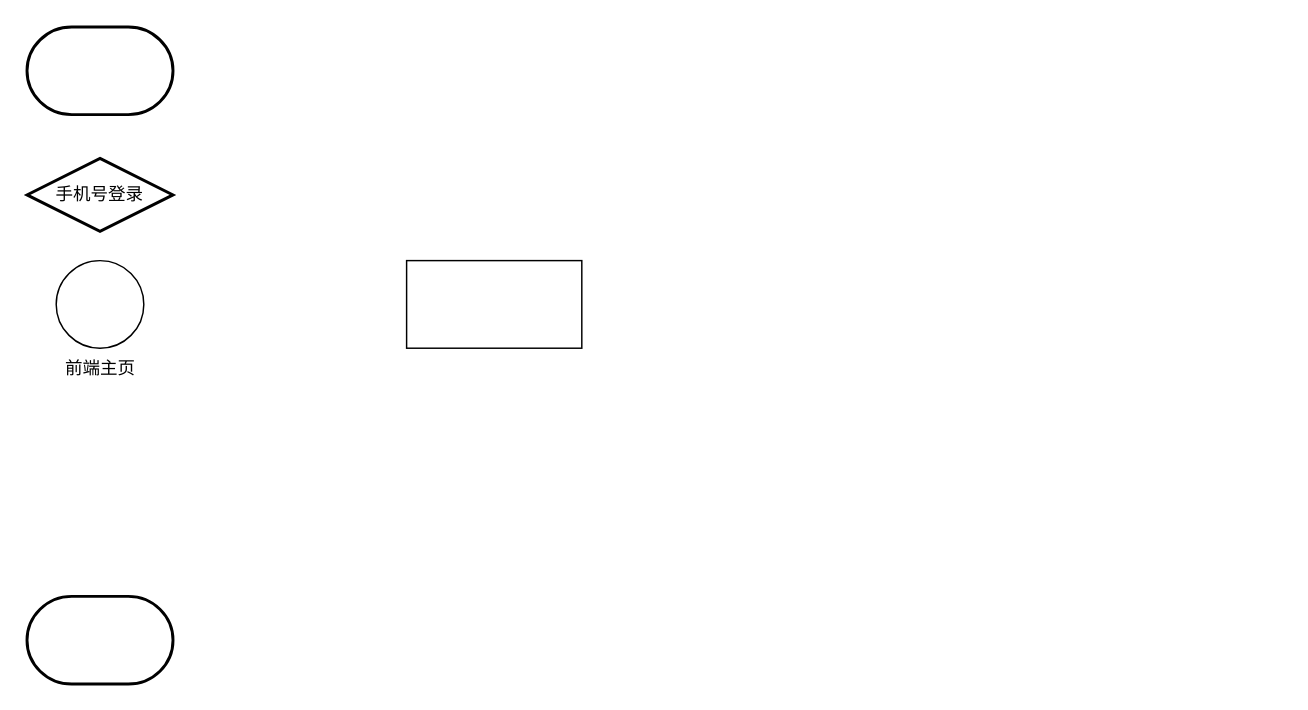
pg-wbl/flow-chart keeps this draw.io diagram as 功能流程图.drawio. Above is the earlier version. Source tidied: cells renumbered, new cells numbered last; positions are measured from the earlier drawing's top-left corner, leaving out a move shared by most shapes. Both pictures are drawn from the tidied source at 146%, with x=0, y=0 at pixel (26, 26).
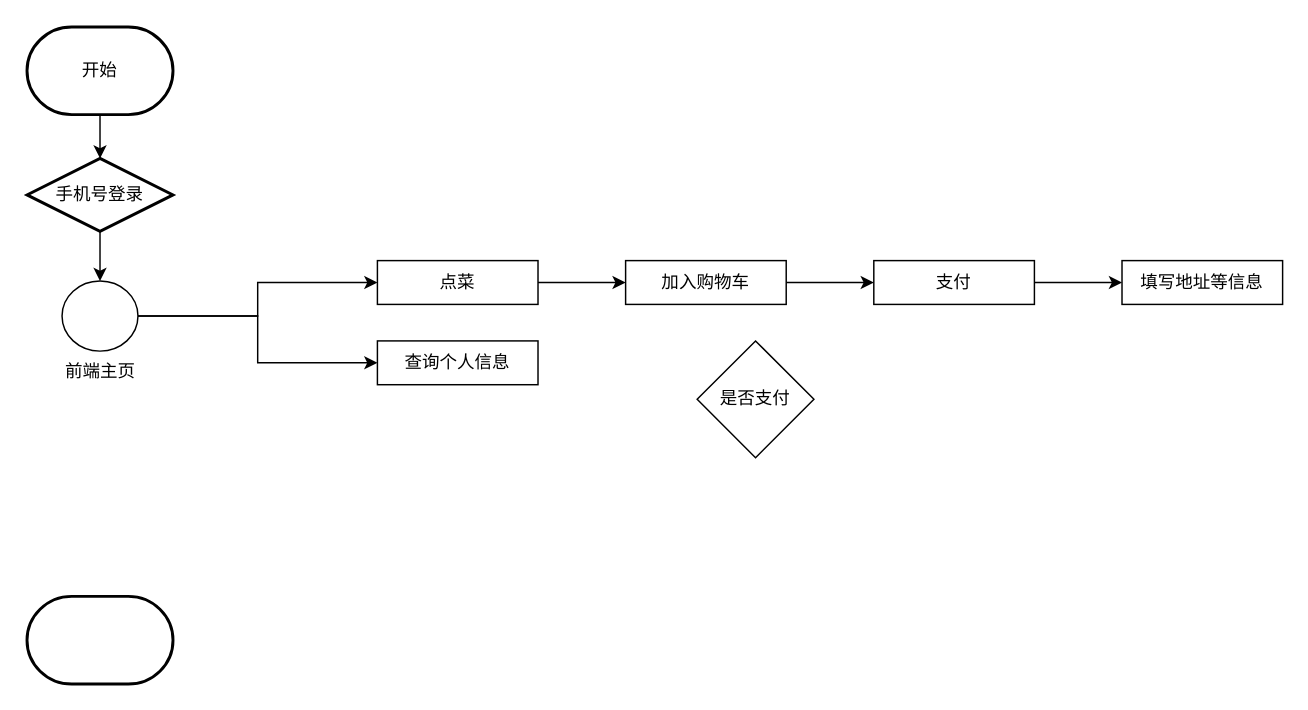
After the change.

Commit message (it also covers changes not shown here):
更新功能流程图.drawio

What changed in the source:
```diff
@@
 <mxGraphModel>
   <root>
     <mxCell id="0" />
     <mxCell id="1" parent="0" />
-    <mxCell id="2" style="strokeWidth=2;html=1;shape=mxgraph.flowchart.terminator;whiteSpace=wrap;" parent="1" vertex="1">
+    <mxCell id="2" value="开始" style="strokeWidth=2;html=1;shape=mxgraph.flowchart.terminator;whiteSpace=wrap;" parent="1" vertex="1">
       <mxGeometry width="100" height="60" as="geometry" />
     </mxCell>
     <mxCell id="3" style="strokeWidth=2;html=1;shape=mxgraph.flowchart.terminator;whiteSpace=wrap;" parent="1" vertex="1">
       <mxGeometry y="390" width="100" height="60" as="geometry" />
     </mxCell>
     <mxCell id="4" value="手机号登录" style="strokeWidth=2;html=1;shape=mxgraph.flowchart.decision;whiteSpace=wrap;" parent="1" vertex="1">
       <mxGeometry y="90" width="100" height="50" as="geometry" />
     </mxCell>
+    <mxCell id="7" style="edgeStyle=orthogonalEdgeStyle;rounded=0;jettySize=auto;html=1;exitX=1;exitY=0.5;exitDx=0;exitDy=0;exitPerimeter=0;entryX=0;entryY=0.5;entryDx=0;entryDy=0;" parent="1" edge="1" source="5" target="6">
+      <mxGeometry relative="1" as="geometry" />
+    </mxCell>
+    <mxCell id="8" style="edgeStyle=orthogonalEdgeStyle;rounded=0;jettySize=auto;html=1;exitX=1;exitY=0.5;exitDx=0;exitDy=0;exitPerimeter=0;entryX=0;entryY=0.5;entryDx=0;entryDy=0;" parent="1" edge="1" source="5" target="15">
+      <mxGeometry relative="1" as="geometry" />
+    </mxCell>
     <mxCell id="5" value="前端主页" style="verticalLabelPosition=bottom;verticalAlign=top;html=1;shape=mxgraph.flowchart.on-page_reference;" parent="1" vertex="1">
-      <mxGeometry x="20" y="160" width="60" height="60" as="geometry" />
+      <mxGeometry x="24" y="174" width="52" height="48" as="geometry" />
     </mxCell>
+    <mxCell id="9" style="edgeStyle=orthogonalEdgeStyle;rounded=0;jettySize=auto;html=1;exitX=1;exitY=0.5;exitDx=0;exitDy=0;" parent="1" edge="1" source="6" target="11">
+      <mxGeometry relative="1" as="geometry" />
+    </mxCell>
-    <mxCell id="6" style="rounded=0;whiteSpace=wrap;html=1;" parent="1" vertex="1">
-      <mxGeometry x="260" y="160" width="120" height="60" as="geometry" />
+    <mxCell id="6" value="点菜" style="rounded=0;whiteSpace=wrap;html=1;" parent="1" vertex="1">
+      <mxGeometry x="240" y="160" width="110" height="30" as="geometry" />
     </mxCell>
+    <mxCell id="10" style="edgeStyle=orthogonalEdgeStyle;rounded=0;jettySize=auto;html=1;exitX=1;exitY=0.5;exitDx=0;exitDy=0;" parent="1" edge="1" source="11" target="13">
+      <mxGeometry relative="1" as="geometry" />
+    </mxCell>
+    <mxCell id="11" value="加入购物车" style="rounded=0;whiteSpace=wrap;html=1;" parent="1" vertex="1">
+      <mxGeometry x="410" y="160" width="110" height="30" as="geometry" />
+    </mxCell>
+    <mxCell id="12" style="edgeStyle=orthogonalEdgeStyle;rounded=0;jettySize=auto;html=1;exitX=1;exitY=0.5;exitDx=0;exitDy=0;" parent="1" edge="1" source="13" target="14">
+      <mxGeometry relative="1" as="geometry" />
+    </mxCell>
+    <mxCell id="13" value="支付" style="rounded=0;whiteSpace=wrap;html=1;" parent="1" vertex="1">
+      <mxGeometry x="580" y="160" width="110" height="30" as="geometry" />
+    </mxCell>
+    <mxCell id="14" value="填写地址等信息" style="rounded=0;whiteSpace=wrap;html=1;" parent="1" vertex="1">
+      <mxGeometry x="750" y="160" width="110" height="30" as="geometry" />
+    </mxCell>
+    <mxCell id="15" value="查询个人信息" style="rounded=0;whiteSpace=wrap;html=1;" parent="1" vertex="1">
+      <mxGeometry x="240" y="215" width="110" height="30" as="geometry" />
+    </mxCell>
+    <mxCell id="16" style="edgeStyle=orthogonalEdgeStyle;rounded=0;jettySize=auto;html=1;exitX=0.5;exitY=1;exitDx=0;exitDy=0;exitPerimeter=0;entryX=0.5;entryY=0;entryDx=0;entryDy=0;entryPerimeter=0;" parent="1" edge="1" source="2" target="4">
+      <mxGeometry relative="1" as="geometry" />
+    </mxCell>
+    <mxCell id="17" style="edgeStyle=orthogonalEdgeStyle;rounded=0;jettySize=auto;html=1;exitX=0.5;exitY=1;exitDx=0;exitDy=0;exitPerimeter=0;entryX=0.5;entryY=0;entryDx=0;entryDy=0;entryPerimeter=0;" parent="1" edge="1" source="4" target="5">
+      <mxGeometry relative="1" as="geometry" />
+    </mxCell>
+    <mxCell id="18" value="是否支付" style="rhombus;whiteSpace=wrap;html=1;" parent="1" vertex="1">
+      <mxGeometry x="459" y="215" width="80" height="80" as="geometry" />
+    </mxCell>
   </root>
 </mxGraphModel>
```
